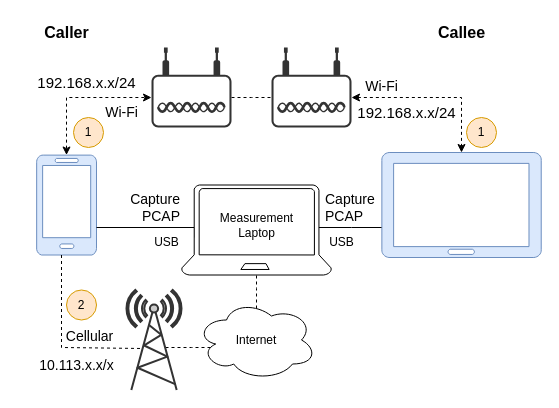
JustusvonderBeek/master-thesis-scripts-and-measures keeps this draw.io diagram as resources/FaceTimeTest2.drawio. Above is the earlier version. Source tidied: cells renumbered, new cells numbered last; positions are measured from the earlier drawing's top-left corner, leaving out a move shared by most shapes. Both pictures are drawn from the tidied source at 100%, with x=0, y=0 at pixel (26, 17).
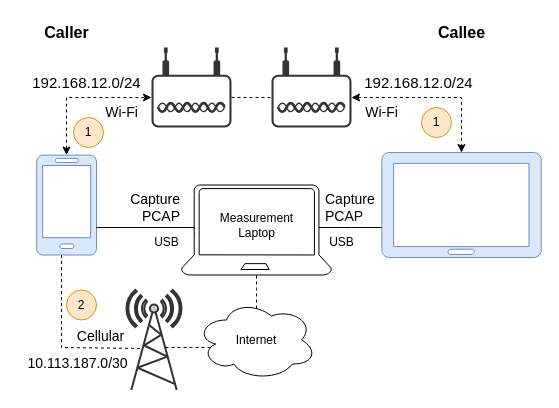
Above is the later version.

Commit message (it also covers changes not shown here):
replace x.x addresses

The change refers to these unchanged cells:
```xml
<mxCell id="3" style="verticalLabelPosition=bottom;html=1;verticalAlign=top;align=center;shape=mxgraph.azure.mobile;fillColor=#dae8fc;strokeColor=#6c8ebf;" parent="1" vertex="1">
  <mxGeometry x="10" y="137.5" width="60" height="100" as="geometry" />
</mxCell>
<mxCell id="4" style="verticalLabelPosition=bottom;html=1;verticalAlign=top;align=center;shape=mxgraph.azure.tablet;fillColor=#dae8fc;strokeColor=#6c8ebf;" parent="1" vertex="1">
  <mxGeometry x="355" y="135" width="160" height="105" as="geometry" />
</mxCell>
<mxCell id="27" style="points=[[0.03,0.36,0],[0.18,0,0],[0.5,0.34,0],[0.82,0,0],[0.97,0.36,0],[1,0.67,0],[0.975,0.975,0],[0.5,1,0],[0.025,0.975,0],[0,0.67,0]];verticalLabelPosition=bottom;sketch=0;html=1;verticalAlign=top;align=center;shape=mxgraph.cisco19.wireless_access_point;fillColor=#333333;strokeColor=none;" parent="1" vertex="1">
  <mxGeometry x="245" y="30" width="80" height="80" as="geometry" />
</mxCell>
```

The edit, as a diff of the source:
```diff
@@
-    <mxCell id="14" value="&lt;div style=&quot;font-size: 14px;&quot;&gt;Wi-Fi&lt;/div&gt;" style="endArrow=classic;dashed=1;html=1;rounded=0;fontStyle=0;fontSize=14;labelBorderColor=none;textShadow=0;labelBackgroundColor=none;verticalAlign=bottom;spacing=2;edgeStyle=orthogonalEdgeStyle;startArrow=classic;startFill=1;endFill=1;" parent="1" edge="1" source="27" target="4">
+    <mxCell id="14" value="&lt;div style=&quot;font-size: 14px;&quot;&gt;Wi-Fi&lt;/div&gt;" style="endArrow=classic;dashed=1;html=1;rounded=0;fontStyle=0;fontSize=14;labelBorderColor=none;textShadow=0;labelBackgroundColor=none;verticalAlign=top;spacing=2;edgeStyle=orthogonalEdgeStyle;startArrow=classic;startFill=1;endFill=1;" parent="1" edge="1" source="27" target="4">
       <mxGeometry x="-0.64" relative="1" as="geometry">
         <Array as="points">
           <mxPoint x="435" y="80" />
         </Array>
       </mxGeometry>
     </mxCell>
@@
     <mxCell id="18" value="&lt;div style=&quot;font-size: 14px;&quot;&gt;&lt;span style=&quot;background-color: initial;&quot;&gt;Cellular&lt;/span&gt;&lt;/div&gt;" style="endArrow=none;dashed=1;html=1;rounded=0;fontStyle=0;fontSize=14;labelBorderColor=none;textShadow=0;labelBackgroundColor=none;verticalAlign=bottom;edgeStyle=orthogonalEdgeStyle;" parent="1" edge="1" source="3">
-      <mxGeometry x="0.4" relative="1" as="geometry">
+      <mxGeometry x="0.52" relative="1" as="geometry">
         <mxPoint x="116" y="331" as="targetPoint" />
         <Array as="points">
           <mxPoint x="35" y="330" />
         </Array>
       </mxGeometry>
     </mxCell>
@@
-    <mxCell id="21" value="&lt;span style=&quot;font-size: 15px;&quot;&gt;192.168.x.x/24&lt;/span&gt;" style="text;html=1;align=center;verticalAlign=middle;strokeColor=none;fillColor=none;spacing=0;" parent="1" vertex="1">
-      <mxGeometry x="320" y="80" width="120" height="30" as="geometry" />
+    <mxCell id="21" value="&lt;span style=&quot;font-size: 15px;&quot;&gt;192.168.12.0/24&lt;/span&gt;" style="text;html=1;align=center;verticalAlign=middle;strokeColor=none;fillColor=none;spacing=0;" parent="1" vertex="1">
+      <mxGeometry x="327" y="50" width="130" height="30" as="geometry" />
     </mxCell>
-    <mxCell id="22" value="&lt;span style=&quot;font-size: 15px;&quot;&gt;192.168.x.x/24&lt;/span&gt;" style="text;html=1;align=center;verticalAlign=middle;strokeColor=none;fillColor=none;spacing=0;" parent="1" vertex="1">
-      <mxGeometry y="50" width="120" height="30" as="geometry" />
+    <mxCell id="22" value="&lt;span style=&quot;font-size: 15px;&quot;&gt;192.168.12.0/24&lt;/span&gt;" style="text;html=1;align=center;verticalAlign=middle;strokeColor=none;fillColor=none;spacing=0;" parent="1" vertex="1">
+      <mxGeometry x="-5" y="50" width="130" height="30" as="geometry" />
     </mxCell>
     <mxCell id="23" value="1" style="ellipse;whiteSpace=wrap;html=1;fillColor=#ffe6cc;strokeColor=#d79b00;" parent="1" vertex="1">
-      <mxGeometry x="440" y="100" width="30" height="30" as="geometry" />
+      <mxGeometry x="395" y="90" width="30" height="30" as="geometry" />
     </mxCell>
-    <mxCell id="24" value="&lt;span style=&quot;font-size: 14px;&quot;&gt;10.113.x.x/x&lt;/span&gt;" style="text;html=1;align=center;verticalAlign=middle;strokeColor=none;fillColor=none;" parent="1" vertex="1">
-      <mxGeometry y="332.5" width="100" height="30" as="geometry" />
+    <mxCell id="24" value="&lt;span style=&quot;font-size: 14px;&quot;&gt;10.113.187.0/30&lt;/span&gt;" style="text;html=1;align=center;verticalAlign=middle;strokeColor=none;fillColor=none;" parent="1" vertex="1">
+      <mxGeometry x="-9" y="330.5" width="120" height="30" as="geometry" />
     </mxCell>
```
